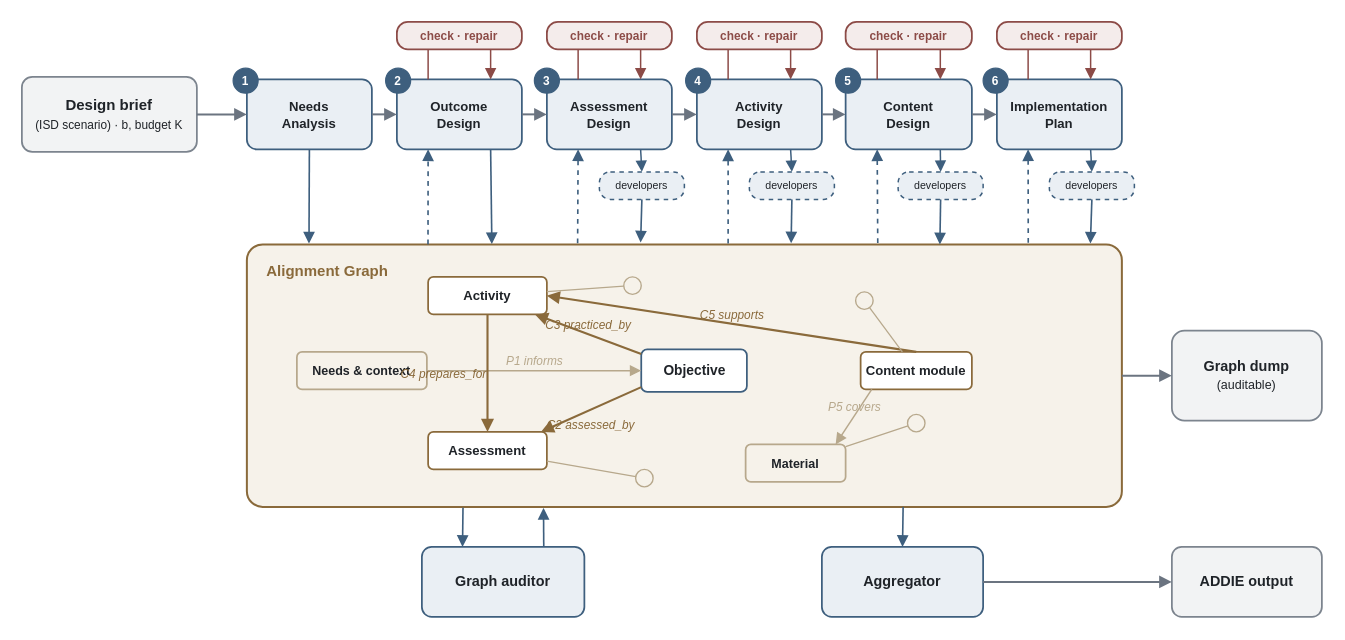
phuongbv00/alignmentgraph-isd keeps this draw.io diagram as docs/paper/acm/figures/architecture.drawio. Above is the earlier version. Source tidied: cells renumbered, new cells numbered last; positions are measured from the earlier drawing's top-left corner, leaving out a move shared by most shapes. Both pictures are drawn from the tidied source at 125%, with x=0, y=0 at pixel (21, 21).
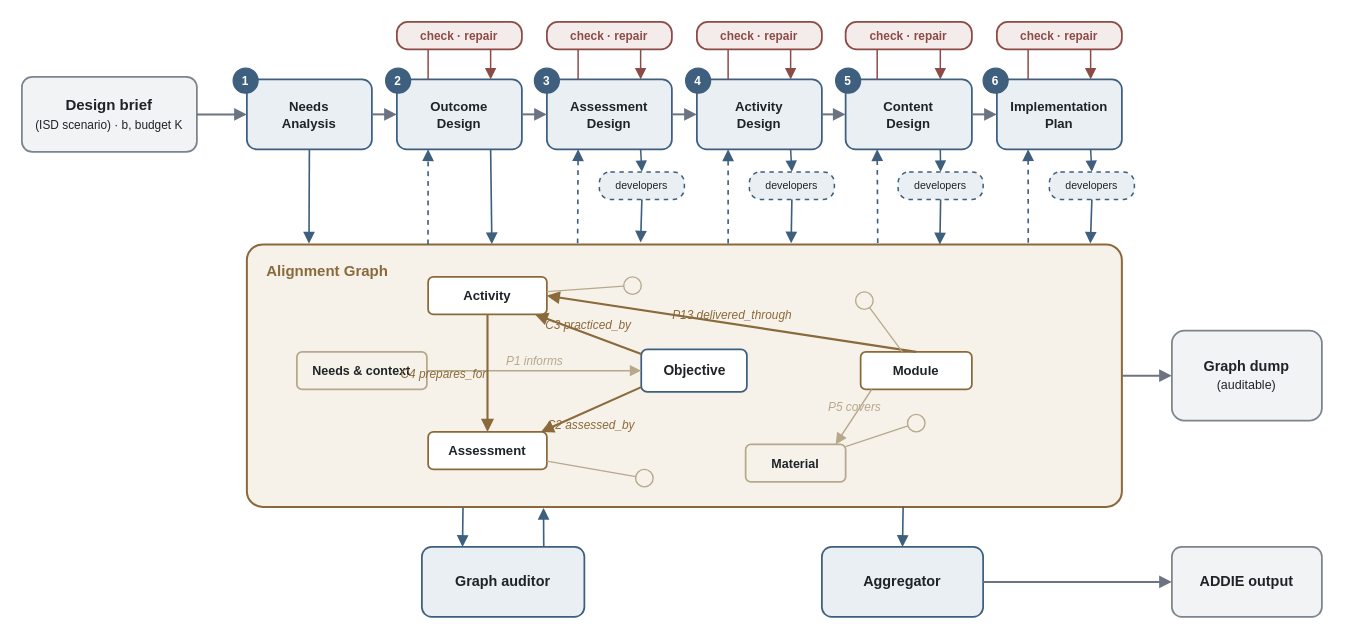
The same diagram, later.

Commit message (it also covers changes not shown here):
Describe the module redesign in the manuscript and the project docs

The change refers to these unchanged cells:
```xml
<mxCell id="57" value="Activity" style="rounded=1;arcSize=14;whiteSpace=wrap;html=1;fillColor=#FFFFFF;strokeColor=#8A6A3B;strokeWidth=1.4;fontColor=#1F2328;fontSize=10.5;fontFamily=Helvetica;fontStyle=1;verticalAlign=middle;align=center;" parent="1" vertex="1">
  <mxGeometry x="325" y="204" width="95" height="30" as="geometry" />
</mxCell>
```

The edit, as a diff of the source:
```diff
@@
-    <mxCell id="60" value="Content module" style="rounded=1;arcSize=14;whiteSpace=wrap;html=1;fillColor=#FFFFFF;strokeColor=#8A6A3B;strokeWidth=1.4;fontColor=#1F2328;fontSize=10.5;fontFamily=Helvetica;fontStyle=1;verticalAlign=middle;align=center;" parent="1" vertex="1">
+    <mxCell id="60" value="Module" style="rounded=1;arcSize=14;whiteSpace=wrap;html=1;fillColor=#FFFFFF;strokeColor=#8A6A3B;strokeWidth=1.4;fontColor=#1F2328;fontSize=10.5;fontFamily=Helvetica;fontStyle=1;verticalAlign=middle;align=center;" parent="1" vertex="1">
       <mxGeometry x="671" y="264" width="89" height="30" as="geometry" />
     </mxCell>
@@
-    <mxCell id="70" value="C5 supports" style="edgeStyle=none;html=1;rounded=0;strokeColor=#8A6A3B;strokeWidth=1.7;dashed=0;endArrow=block;endFill=1;endSize=6;fontColor=#8A6A3B;fontSize=9.5;fontFamily=Helvetica;fontStyle=2;labelBackgroundColor=none;exitX=0.5;exitY=0;exitDx=0;exitDy=0;entryX=1;entryY=0.5;entryDx=0;entryDy=0;verticalAlign=bottom;" parent="1" edge="1" source="60" target="57">
+    <mxCell id="70" value="P13 delivered_through" style="edgeStyle=none;html=1;rounded=0;strokeColor=#8A6A3B;strokeWidth=1.7;dashed=0;endArrow=block;endFill=1;endSize=6;fontColor=#8A6A3B;fontSize=9.5;fontFamily=Helvetica;fontStyle=2;labelBackgroundColor=none;exitX=0.5;exitY=0;exitDx=0;exitDy=0;entryX=1;entryY=0.5;entryDx=0;entryDy=0;verticalAlign=bottom;" parent="1" edge="1" source="60" target="57">
       <mxGeometry relative="1" as="geometry" />
     </mxCell>
```
